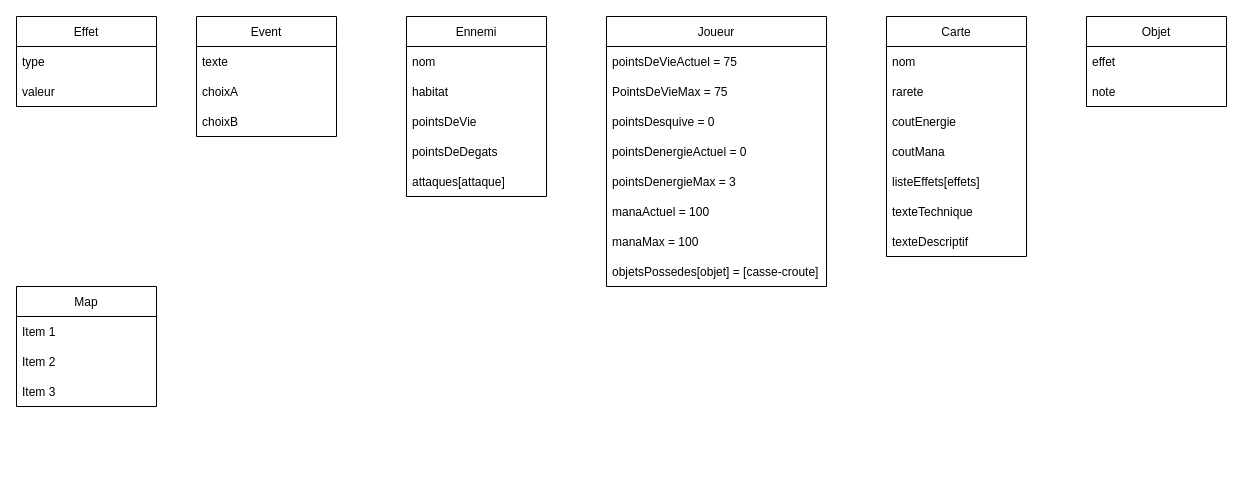
Before: page "diagrammeDeClasseObjet" (3 of 3) of diagramme.drawio in ulyssedahiez/theSpire, a draw.io diagram. Source tidied: cells renumbered, new cells numbered last; positions are measured from the earlier drawing's top-left corner, leaving out a move shared by most shapes. Both pictures are drawn from the tidied source at 100%, with x=0, y=0 at pixel (16, 16).
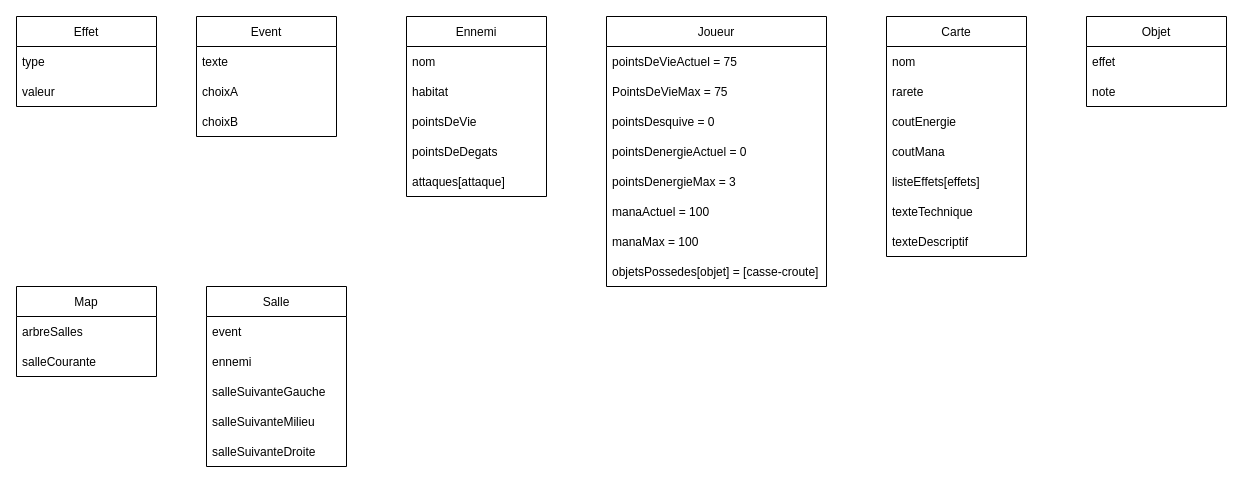
After the change.

What changed in the source:
```diff
@@
     <mxCell id="35" value="Map" style="swimlane;fontStyle=0;horizontal=1;startSize=30;" parent="1" vertex="1">
-      <mxGeometry y="270" width="140" height="120" as="geometry" />
+      <mxGeometry y="270" width="140" height="90" as="geometry" />
     </mxCell>
-    <mxCell id="36" value="Item 1" style="text;strokeColor=none;fillColor=none;align=left;verticalAlign=middle;spacingLeft=4;spacingRight=4;overflow=hidden;" parent="35" vertex="1">
+    <mxCell id="36" value="arbreSalles" style="text;strokeColor=none;fillColor=none;align=left;verticalAlign=middle;spacingLeft=4;spacingRight=4;overflow=hidden;" parent="35" vertex="1">
       <mxGeometry y="30" width="140" height="30" as="geometry" />
     </mxCell>
-    <mxCell id="37" value="Item 2" style="text;strokeColor=none;fillColor=none;align=left;verticalAlign=middle;spacingLeft=4;spacingRight=4;overflow=hidden;" parent="35" vertex="1">
+    <mxCell id="37" value="salleCourante" style="text;strokeColor=none;fillColor=none;align=left;verticalAlign=middle;spacingLeft=4;spacingRight=4;overflow=hidden;" parent="35" vertex="1">
       <mxGeometry y="60" width="140" height="30" as="geometry" />
     </mxCell>
-    <mxCell id="38" value="Item 3" style="text;strokeColor=none;fillColor=none;align=left;verticalAlign=middle;spacingLeft=4;spacingRight=4;overflow=hidden;" parent="35" vertex="1">
-      <mxGeometry y="90" width="140" height="30" as="geometry" />
-    </mxCell>
+    <mxCell id="39" value="Salle" style="swimlane;fontStyle=0;horizontal=1;startSize=30;" parent="1" vertex="1">
+      <mxGeometry x="190" y="270" width="140" height="180" as="geometry" />
+    </mxCell>
+    <mxCell id="40" value="event" style="text;strokeColor=none;fillColor=none;align=left;verticalAlign=middle;spacingLeft=4;spacingRight=4;overflow=hidden;" parent="39" vertex="1">
+      <mxGeometry y="30" width="140" height="30" as="geometry" />
+    </mxCell>
+    <mxCell id="41" value="ennemi" style="text;strokeColor=none;fillColor=none;align=left;verticalAlign=middle;spacingLeft=4;spacingRight=4;overflow=hidden;" parent="39" vertex="1">
+      <mxGeometry y="60" width="140" height="30" as="geometry" />
+    </mxCell>
+    <mxCell id="42" value="salleSuivanteGauche" style="text;strokeColor=none;fillColor=none;align=left;verticalAlign=middle;spacingLeft=4;spacingRight=4;overflow=hidden;" parent="39" vertex="1">
+      <mxGeometry y="90" width="140" height="30" as="geometry" />
+    </mxCell>
+    <mxCell id="43" value="salleSuivanteMilieu" style="text;strokeColor=none;fillColor=none;align=left;verticalAlign=middle;spacingLeft=4;spacingRight=4;overflow=hidden;" parent="39" vertex="1">
+      <mxGeometry y="120" width="140" height="30" as="geometry" />
+    </mxCell>
+    <mxCell id="44" value="salleSuivanteDroite" style="text;strokeColor=none;fillColor=none;align=left;verticalAlign=middle;spacingLeft=4;spacingRight=4;overflow=hidden;" parent="39" vertex="1">
+      <mxGeometry y="150" width="140" height="30" as="geometry" />
+    </mxCell>
```
